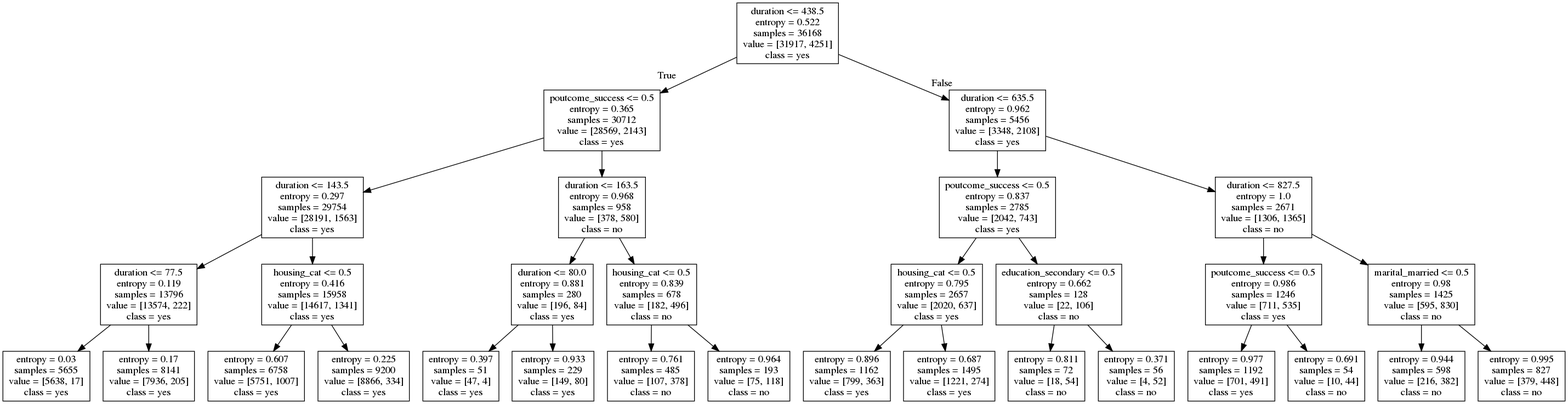
The Graphviz diagram tree.png in sbernal93/idss-project, before a commit. Its source is kept beside it as tree.dot.
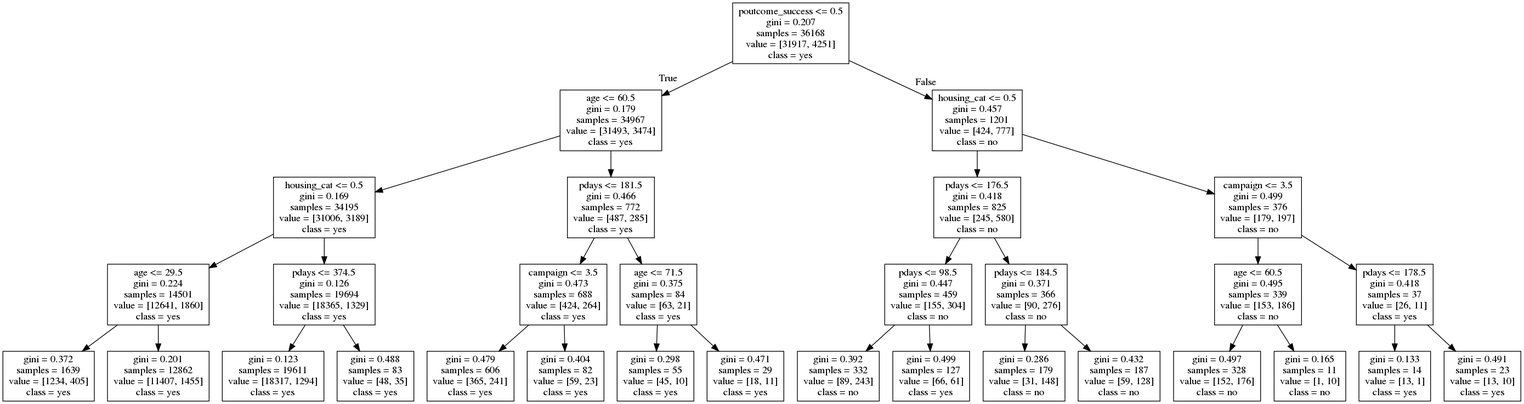
The same file after the commit.

Change to the diagram source:
```diff
@@ -1,64 +1,128 @@
 digraph Tree {
 node [shape=box] ;
-0 [label="duration <= 438.5\nentropy = 0.522\nsamples = 36168\nvalue = [31917, 4251]\nclass = yes"] ;
-1 [label="poutcome_success <= 0.5\nentropy = 0.365\nsamples = 30712\nvalue = [28569, 2143]\nclass = yes"] ;
+0 [label="euribor3m <= 1.163\nentropy = 0.506\nsamples = 32950\nvalue = [29260, 3690]\nclass = yes"] ;
+1 [label="pdays <= 175.385\nentropy = 0.996\nsamples = 3348\nvalue = [1796, 1552]\nclass = yes"] ;
 0 -> 1 [labeldistance=2.5, labelangle=45, headlabel="True"] ;
-2 [label="duration <= 143.5\nentropy = 0.297\nsamples = 29754\nvalue = [28191, 1563]\nclass = yes"] ;
+2 [label="poutcome_success <= 0.362\nentropy = 0.853\nsamples = 912\nvalue = [254, 658]\nclass = no"] ;
 1 -> 2 ;
-3 [label="duration <= 77.5\nentropy = 0.119\nsamples = 13796\nvalue = [13574, 222]\nclass = yes"] ;
+3 [label="loan_cat <= 0.68\nentropy = 0.988\nsamples = 103\nvalue = [45, 58]\nclass = no"] ;
 2 -> 3 ;
-4 [label="entropy = 0.03\nsamples = 5655\nvalue = [5638, 17]\nclass = yes"] ;
+4 [label="job_services <= 0.295\nentropy = 1.0\nsamples = 84\nvalue = [42, 42]\nclass = yes"] ;
 3 -> 4 ;
-5 [label="entropy = 0.17\nsamples = 8141\nvalue = [7936, 205]\nclass = yes"] ;
-3 -> 5 ;
-6 [label="housing_cat <= 0.5\nentropy = 0.416\nsamples = 15958\nvalue = [14617, 1341]\nclass = yes"] ;
-2 -> 6 ;
-7 [label="entropy = 0.607\nsamples = 6758\nvalue = [5751, 1007]\nclass = yes"] ;
-6 -> 7 ;
-8 [label="entropy = 0.225\nsamples = 9200\nvalue = [8866, 334]\nclass = yes"] ;
-6 -> 8 ;
-9 [label="duration <= 163.5\nentropy = 0.968\nsamples = 958\nvalue = [378, 580]\nclass = no"] ;
-1 -> 9 ;
-10 [label="duration <= 80.0\nentropy = 0.881\nsamples = 280\nvalue = [196, 84]\nclass = yes"] ;
-9 -> 10 ;
-11 [label="entropy = 0.397\nsamples = 51\nvalue = [47, 4]\nclass = yes"] ;
+5 [label="entropy = 0.999\nsamples = 81\nvalue = [42, 39]\nclass = yes"] ;
+4 -> 5 ;
+6 [label="entropy = 0.0\nsamples = 3\nvalue = [0, 3]\nclass = no"] ;
+4 -> 6 ;
+7 [label="education_basic.4y <= 0.115\nentropy = 0.629\nsamples = 19\nvalue = [3, 16]\nclass = no"] ;
+3 -> 7 ;
+8 [label="entropy = 0.503\nsamples = 18\nvalue = [2, 16]\nclass = no"] ;
+7 -> 8 ;
+9 [label="entropy = 0.0\nsamples = 1\nvalue = [1, 0]\nclass = yes"] ;
+7 -> 9 ;
+10 [label="nr.employed <= 5075.16\nentropy = 0.824\nsamples = 809\nvalue = [209, 600]\nclass = no"] ;
+2 -> 10 ;
+11 [label="job_unknown <= 0.63\nentropy = 0.785\nsamples = 697\nvalue = [163, 534]\nclass = no"] ;
 10 -> 11 ;
-12 [label="entropy = 0.933\nsamples = 229\nvalue = [149, 80]\nclass = yes"] ;
-10 -> 12 ;
-13 [label="housing_cat <= 0.5\nentropy = 0.839\nsamples = 678\nvalue = [182, 496]\nclass = no"] ;
-9 -> 13 ;
-14 [label="entropy = 0.761\nsamples = 485\nvalue = [107, 378]\nclass = no"] ;
-13 -> 14 ;
-15 [label="entropy = 0.964\nsamples = 193\nvalue = [75, 118]\nclass = no"] ;
-13 -> 15 ;
-16 [label="duration <= 635.5\nentropy = 0.962\nsamples = 5456\nvalue = [3348, 2108]\nclass = yes"] ;
-0 -> 16 [labeldistance=2.5, labelangle=-45, headlabel="False"] ;
-17 [label="poutcome_success <= 0.5\nentropy = 0.837\nsamples = 2785\nvalue = [2042, 743]\nclass = yes"] ;
-16 -> 17 ;
-18 [label="housing_cat <= 0.5\nentropy = 0.795\nsamples = 2657\nvalue = [2020, 637]\nclass = yes"] ;
+12 [label="entropy = 0.776\nsamples = 686\nvalue = [157, 529]\nclass = no"] ;
+11 -> 12 ;
+13 [label="entropy = 0.994\nsamples = 11\nvalue = [6, 5]\nclass = yes"] ;
+11 -> 13 ;
+14 [label="marital_divorced <= 0.369\nentropy = 0.977\nsamples = 112\nvalue = [46, 66]\nclass = no"] ;
+10 -> 14 ;
+15 [label="entropy = 0.988\nsamples = 101\nvalue = [44, 57]\nclass = no"] ;
+14 -> 15 ;
+16 [label="entropy = 0.684\nsamples = 11\nvalue = [2, 9]\nclass = no"] ;
+14 -> 16 ;
+17 [label="euribor3m <= 0.786\nentropy = 0.948\nsamples = 2436\nvalue = [1542, 894]\nclass = yes"] ;
+1 -> 17 ;
+18 [label="emp.var.rate <= -3.273\nentropy = 0.972\nsamples = 1157\nvalue = [693, 464]\nclass = yes"] ;
 17 -> 18 ;
-19 [label="entropy = 0.896\nsamples = 1162\nvalue = [799, 363]\nclass = yes"] ;
+19 [label="marital_single <= 0.611\nentropy = 0.943\nsamples = 579\nvalue = [370, 209]\nclass = yes"] ;
 18 -> 19 ;
-20 [label="entropy = 0.687\nsamples = 1495\nvalue = [1221, 274]\nclass = yes"] ;
-18 -> 20 ;
-21 [label="education_secondary <= 0.5\nentropy = 0.662\nsamples = 128\nvalue = [22, 106]\nclass = no"] ;
-17 -> 21 ;
-22 [label="entropy = 0.811\nsamples = 72\nvalue = [18, 54]\nclass = no"] ;
-21 -> 22 ;
-23 [label="entropy = 0.371\nsamples = 56\nvalue = [4, 52]\nclass = no"] ;
-21 -> 23 ;
-24 [label="duration <= 827.5\nentropy = 1.0\nsamples = 2671\nvalue = [1306, 1365]\nclass = no"] ;
-16 -> 24 ;
-25 [label="poutcome_success <= 0.5\nentropy = 0.986\nsamples = 1246\nvalue = [711, 535]\nclass = yes"] ;
-24 -> 25 ;
-26 [label="entropy = 0.977\nsamples = 1192\nvalue = [701, 491]\nclass = yes"] ;
+20 [label="entropy = 0.907\nsamples = 403\nvalue = [273, 130]\nclass = yes"] ;
+19 -> 20 ;
+21 [label="entropy = 0.992\nsamples = 176\nvalue = [97, 79]\nclass = yes"] ;
+19 -> 21 ;
+22 [label="previous <= 1.458\nentropy = 0.99\nsamples = 578\nvalue = [323, 255]\nclass = yes"] ;
+18 -> 22 ;
+23 [label="entropy = 0.996\nsamples = 524\nvalue = [281, 243]\nclass = yes"] ;
+22 -> 23 ;
+24 [label="entropy = 0.764\nsamples = 54\nvalue = [42, 12]\nclass = yes"] ;
+22 -> 24 ;
+25 [label="poutcome_failure <= 0.336\nentropy = 0.921\nsamples = 1279\nvalue = [849, 430]\nclass = yes"] ;
+17 -> 25 ;
+26 [label="cons.price.idx <= 92.856\nentropy = 0.943\nsamples = 903\nvalue = [578, 325]\nclass = yes"] ;
 25 -> 26 ;
-27 [label="entropy = 0.691\nsamples = 54\nvalue = [10, 44]\nclass = no"] ;
-25 -> 27 ;
-28 [label="marital_married <= 0.5\nentropy = 0.98\nsamples = 1425\nvalue = [595, 830]\nclass = no"] ;
-24 -> 28 ;
-29 [label="entropy = 0.944\nsamples = 598\nvalue = [216, 382]\nclass = no"] ;
-28 -> 29 ;
-30 [label="entropy = 0.995\nsamples = 827\nvalue = [379, 448]\nclass = no"] ;
-28 -> 30 ;
+27 [label="entropy = 0.901\nsamples = 517\nvalue = [353, 164]\nclass = yes"] ;
+26 -> 27 ;
+28 [label="entropy = 0.98\nsamples = 386\nvalue = [225, 161]\nclass = yes"] ;
+26 -> 28 ;
+29 [label="cons.conf.idx <= -50.246\nentropy = 0.854\nsamples = 376\nvalue = [271, 105]\nclass = yes"] ;
+25 -> 29 ;
+30 [label="entropy = 0.381\nsamples = 27\nvalue = [25, 2]\nclass = yes"] ;
+29 -> 30 ;
+31 [label="entropy = 0.875\nsamples = 349\nvalue = [246, 103]\nclass = yes"] ;
+29 -> 31 ;
+32 [label="nr.employed <= 5170.152\nentropy = 0.374\nsamples = 29602\nvalue = [27464, 2138]\nclass = yes"] ;
+0 -> 32 [labeldistance=2.5, labelangle=-45, headlabel="False"] ;
+33 [label="cons.conf.idx <= -44.33\nentropy = 0.601\nsamples = 7402\nvalue = [6318, 1084]\nclass = yes"] ;
+32 -> 33 ;
+34 [label="cons.conf.idx <= -46.3\nentropy = 0.555\nsamples = 6845\nvalue = [5962, 883]\nclass = yes"] ;
+33 -> 34 ;
+35 [label="cons.price.idx <= 92.896\nentropy = 0.729\nsamples = 2208\nvalue = [1758, 450]\nclass = yes"] ;
+34 -> 35 ;
+36 [label="entropy = 0.987\nsamples = 224\nvalue = [127, 97]\nclass = yes"] ;
+35 -> 36 ;
+37 [label="entropy = 0.676\nsamples = 1984\nvalue = [1631, 353]\nclass = yes"] ;
+35 -> 37 ;
+38 [label="pdays <= 784.969\nentropy = 0.448\nsamples = 4637\nvalue = [4204, 433]\nclass = yes"] ;
+34 -> 38 ;
+39 [label="entropy = 0.888\nsamples = 131\nvalue = [91, 40]\nclass = yes"] ;
+38 -> 39 ;
+40 [label="entropy = 0.427\nsamples = 4506\nvalue = [4113, 393]\nclass = yes"] ;
+38 -> 40 ;
+41 [label="poutcome_success <= 0.511\nentropy = 0.943\nsamples = 557\nvalue = [356, 201]\nclass = yes"] ;
+33 -> 41 ;
+42 [label="education_basic.6y <= 0.351\nentropy = 0.921\nsamples = 503\nvalue = [334, 169]\nclass = yes"] ;
+41 -> 42 ;
+43 [label="entropy = 0.916\nsamples = 495\nvalue = [331, 164]\nclass = yes"] ;
+42 -> 43 ;
+44 [label="entropy = 0.954\nsamples = 8\nvalue = [3, 5]\nclass = no"] ;
+42 -> 44 ;
+45 [label="job_student <= 0.505\nentropy = 0.975\nsamples = 54\nvalue = [22, 32]\nclass = no"] ;
+41 -> 45 ;
+46 [label="entropy = 0.961\nsamples = 52\nvalue = [20, 32]\nclass = no"] ;
+45 -> 46 ;
+47 [label="entropy = 0.0\nsamples = 2\nvalue = [2, 0]\nclass = yes"] ;
+45 -> 47 ;
+48 [label="nr.employed <= 5213.18\nentropy = 0.276\nsamples = 22200\nvalue = [21146, 1054]\nclass = yes"] ;
+32 -> 48 ;
+49 [label="cons.conf.idx <= -38.293\nentropy = 0.245\nsamples = 9141\nvalue = [8769, 372]\nclass = yes"] ;
+48 -> 49 ;
+50 [label="cons.price.idx <= 93.336\nentropy = 0.331\nsamples = 2957\nvalue = [2777, 180]\nclass = yes"] ;
+49 -> 50 ;
+51 [label="entropy = 0.292\nsamples = 2905\nvalue = [2756, 149]\nclass = yes"] ;
+50 -> 51 ;
+52 [label="entropy = 0.973\nsamples = 52\nvalue = [21, 31]\nclass = no"] ;
+50 -> 52 ;
+53 [label="euribor3m <= 4.862\nentropy = 0.2\nsamples = 6184\nvalue = [5992, 192]\nclass = yes"] ;
+49 -> 53 ;
+54 [label="entropy = 0.191\nsamples = 5829\nvalue = [5658, 171]\nclass = yes"] ;
+53 -> 54 ;
+55 [label="entropy = 0.324\nsamples = 355\nvalue = [334, 21]\nclass = yes"] ;
+53 -> 55 ;
+56 [label="job_housemaid <= 0.818\nentropy = 0.296\nsamples = 13059\nvalue = [12377, 682]\nclass = yes"] ;
+48 -> 56 ;
+57 [label="campaign <= 22.267\nentropy = 0.299\nsamples = 12628\nvalue = [11959, 669]\nclass = yes"] ;
+56 -> 57 ;
+58 [label="entropy = 0.3\nsamples = 12552\nvalue = [11883, 669]\nclass = yes"] ;
+57 -> 58 ;
+59 [label="entropy = 0.0\nsamples = 76\nvalue = [76, 0]\nclass = yes"] ;
+57 -> 59 ;
+60 [label="housing_cat <= 0.086\nentropy = 0.195\nsamples = 431\nvalue = [418, 13]\nclass = yes"] ;
+56 -> 60 ;
+61 [label="entropy = 0.251\nsamples = 191\nvalue = [183, 8]\nclass = yes"] ;
+60 -> 61 ;
+62 [label="entropy = 0.146\nsamples = 240\nvalue = [235, 5]\nclass = yes"] ;
+60 -> 62 ;
 }
```
